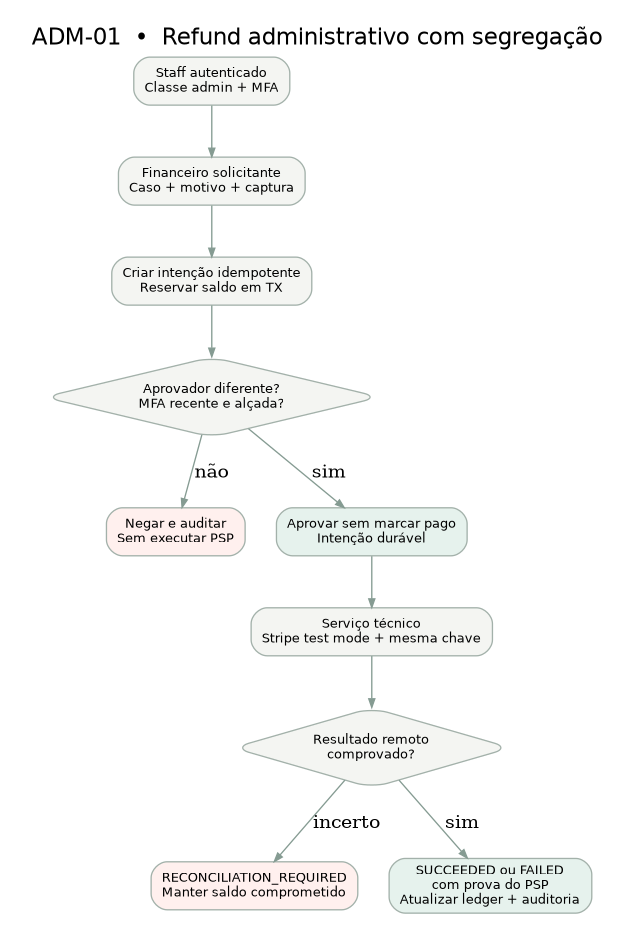
The Graphviz diagram docs/05-engineering/fd03/diagrams/ADM-01-fluxo-reembolso-admin.png in Igor475/atlas-commerce, before a commit. Its source is kept beside it as docs/05-engineering/fd03/diagrams/ADM-01-fluxo-reembolso-admin.dot.
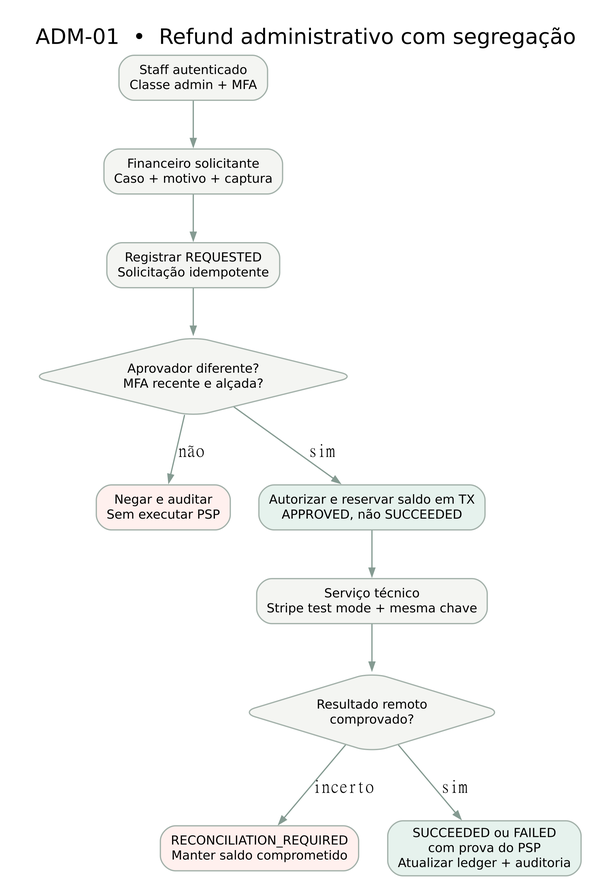
Later version of the same file.

What changed in the source:
```diff
@@ -1,10 +1,10 @@
 digraph ADM01 { graph [rankdir=TB bgcolor=white pad="0.22" nodesep="0.32" ranksep="0.52" fontname="DejaVu Sans" label="ADM-01  •  Refund administrativo com segregação" labelloc=t fontsize=17]; node [shape=box style="rounded,filled" fillcolor="#f4f5f2" color="#a3b1aa" fontname="DejaVu Sans" fontsize=10]; edge [color="#859b92" arrowsize=.65]; a [label="Staff autenticado
 Classe admin + MFA"]; b [label="Financeiro solicitante
-Caso + motivo + captura"]; c [label="Criar intenção idempotente
-Reservar saldo em TX"]; d [shape=diamond label="Aprovador diferente?
+Caso + motivo + captura"]; c [label="Registrar REQUESTED
+Solicitação idempotente"]; d [shape=diamond label="Aprovador diferente?
 MFA recente e alçada?"]; e [label="Negar e auditar
-Sem executar PSP",fillcolor="#fff0ee"]; f [label="Aprovar sem marcar pago
-Intenção durável",fillcolor="#e6f2ed"]; g [label="Serviço técnico
+Sem executar PSP",fillcolor="#fff0ee"]; f [label="Autorizar e reservar saldo em TX
+APPROVED, não SUCCEEDED",fillcolor="#e6f2ed"]; g [label="Serviço técnico
 Stripe test mode + mesma chave"]; h [shape=diamond label="Resultado remoto
 comprovado?"]; i [label="RECONCILIATION_REQUIRED
 Manter saldo comprometido",fillcolor="#fff0ee"]; j [label="SUCCEEDED ou FAILED
```
